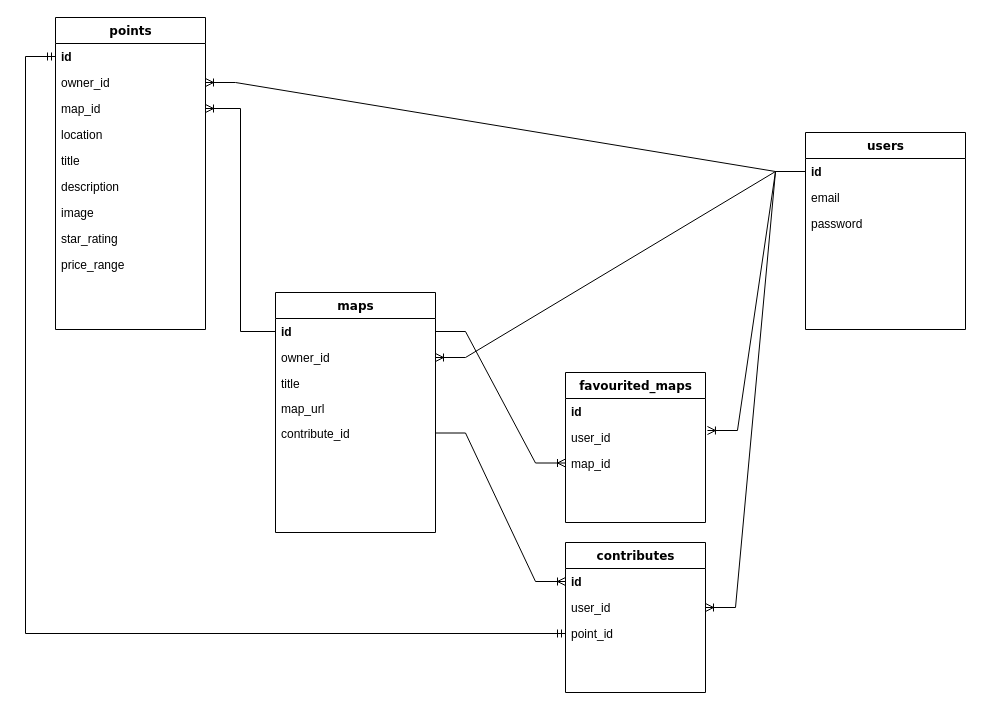
This is planning/ERD.drawio from Ruanruanx/wikiMap, a draw.io file, before an edit. Source tidied: cells renumbered, new cells numbered last; positions are measured from the earlier drawing's top-left corner, leaving out a move shared by most shapes. Both pictures are drawn from the tidied source at 100%, with x=0, y=0 at pixel (25, 17).
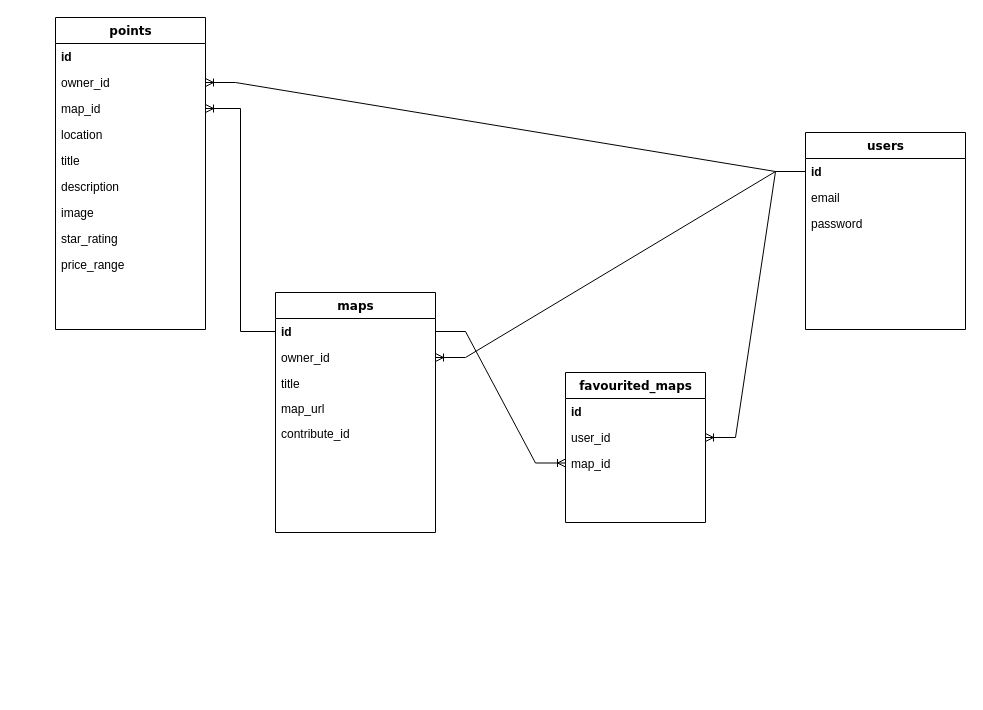
The same diagram, later.

The change refers to these unchanged cells:
```xml
<mxCell id="7" value="contribute_id" style="text;html=1;strokeColor=none;fillColor=none;align=left;verticalAlign=top;spacingLeft=4;spacingRight=4;whiteSpace=wrap;overflow=hidden;points=[[0,0.5],[1,0.5]];portConstraint=eastwest;" parent="2" vertex="1">
  <mxGeometry y="128" width="160" height="25" as="geometry" />
</mxCell>
<mxCell id="9" value="&lt;b&gt;id&lt;/b&gt;" style="text;html=1;strokeColor=none;fillColor=none;align=left;verticalAlign=top;spacingLeft=4;spacingRight=4;whiteSpace=wrap;overflow=hidden;points=[[0,0.5],[1,0.5]];portConstraint=eastwest;" parent="8" vertex="1">
  <mxGeometry y="26" width="160" height="26" as="geometry" />
</mxCell>
<mxCell id="14" value="id" style="text;html=1;strokeColor=none;fillColor=none;align=left;verticalAlign=top;spacingLeft=4;spacingRight=4;whiteSpace=wrap;overflow=hidden;points=[[0,0.5],[1,0.5]];portConstraint=eastwest;fontStyle=1;" parent="13" vertex="1">
  <mxGeometry y="26" width="150" height="26" as="geometry" />
</mxCell>
<mxCell id="27" value="user_id" style="text;html=1;strokeColor=none;fillColor=none;align=left;verticalAlign=top;spacingLeft=4;spacingRight=4;whiteSpace=wrap;overflow=hidden;points=[[0,0.5],[1,0.5]];portConstraint=eastwest;" parent="25" vertex="1">
  <mxGeometry y="52" width="140" height="26" as="geometry" />
</mxCell>
```

Diff of the diagram source:
```diff
@@
-    <mxCell id="29" style="edgeStyle=entityRelationEdgeStyle;fontSize=12;html=1;endArrow=ERoneToMany;rounded=0;exitX=0;exitY=0.5;exitDx=0;exitDy=0;entryX=1.014;entryY=0.231;entryDx=0;entryDy=0;entryPerimeter=0;" parent="1" edge="1" source="9" target="27">
+    <mxCell id="29" style="edgeStyle=entityRelationEdgeStyle;fontSize=12;html=1;endArrow=ERoneToMany;rounded=0;exitX=0;exitY=0.5;exitDx=0;exitDy=0;" parent="1" edge="1" source="9" target="27">
       <mxGeometry relative="1" as="geometry" />
     </mxCell>
@@
-    <mxCell id="31" value="contributes" style="swimlane;html=1;fontStyle=1;align=center;verticalAlign=top;horizontal=1;startSize=26;swimlaneFillColor=#ffffff;rounded=0;shadow=0;comic=0;labelBackgroundColor=none;strokeWidth=1;fillColor=none;fontFamily=Verdana;fontSize=12;" parent="1" vertex="1">
-      <mxGeometry x="540" y="525" width="140" height="150" as="geometry" />
-    </mxCell>
-    <mxCell id="32" value="&lt;b&gt;id&lt;/b&gt;" style="text;html=1;strokeColor=none;fillColor=none;align=left;verticalAlign=top;spacingLeft=4;spacingRight=4;whiteSpace=wrap;overflow=hidden;points=[[0,0.5],[1,0.5]];portConstraint=eastwest;" parent="31" vertex="1">
-      <mxGeometry y="26" width="140" height="26" as="geometry" />
-    </mxCell>
-    <mxCell id="33" value="user_id" style="text;html=1;strokeColor=none;fillColor=none;align=left;verticalAlign=top;spacingLeft=4;spacingRight=4;whiteSpace=wrap;overflow=hidden;points=[[0,0.5],[1,0.5]];portConstraint=eastwest;" parent="31" vertex="1">
-      <mxGeometry y="52" width="140" height="26" as="geometry" />
-    </mxCell>
-    <mxCell id="34" value="point_id" style="text;html=1;strokeColor=none;fillColor=none;align=left;verticalAlign=top;spacingLeft=4;spacingRight=4;whiteSpace=wrap;overflow=hidden;points=[[0,0.5],[1,0.5]];portConstraint=eastwest;" parent="31" vertex="1">
-      <mxGeometry y="78" width="140" height="26" as="geometry" />
-    </mxCell>
-    <mxCell id="35" style="edgeStyle=entityRelationEdgeStyle;fontSize=12;html=1;endArrow=ERoneToMany;rounded=0;entryX=0;entryY=0.5;entryDx=0;entryDy=0;" parent="1" edge="1" source="7" target="32">
-      <mxGeometry relative="1" as="geometry" />
-    </mxCell>
-    <mxCell id="36" style="edgeStyle=entityRelationEdgeStyle;fontSize=12;html=1;endArrow=ERoneToMany;rounded=0;" parent="1" edge="1" source="9" target="33">
-      <mxGeometry relative="1" as="geometry" />
-    </mxCell>
-    <mxCell id="37" style="edgeStyle=orthogonalEdgeStyle;fontSize=12;html=1;endArrow=ERmandOne;startArrow=ERmandOne;rounded=0;exitX=0;exitY=0.5;exitDx=0;exitDy=0;" parent="1" edge="1" source="34" target="14">
-      <mxGeometry relative="1" as="geometry">
-        <Array as="points">
-          <mxPoint y="616" />
-          <mxPoint y="39" />
-        </Array>
-      </mxGeometry>
-    </mxCell>
```
